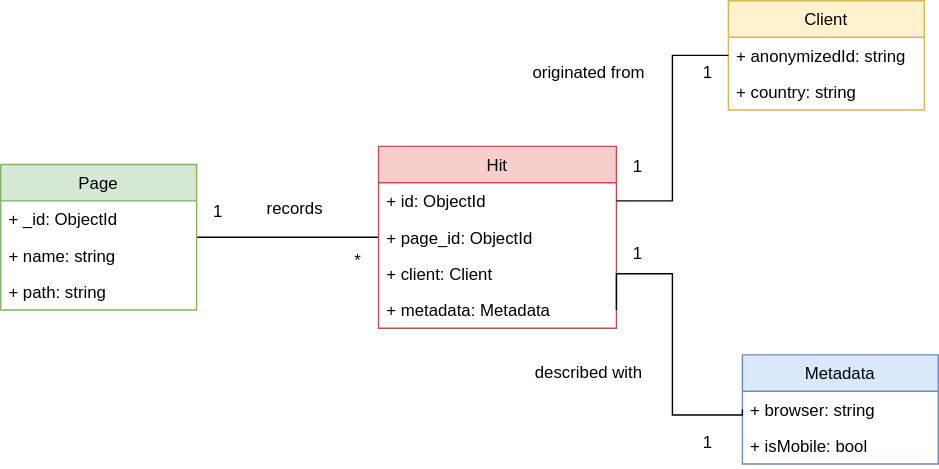
Above: src/data-model.drawio.svg in nolytics/mongo (draw.io), before the change. Source tidied: cells renumbered, new cells last; positions are measured from the earlier drawing's top-left corner, leaving out a move shared by most shapes.
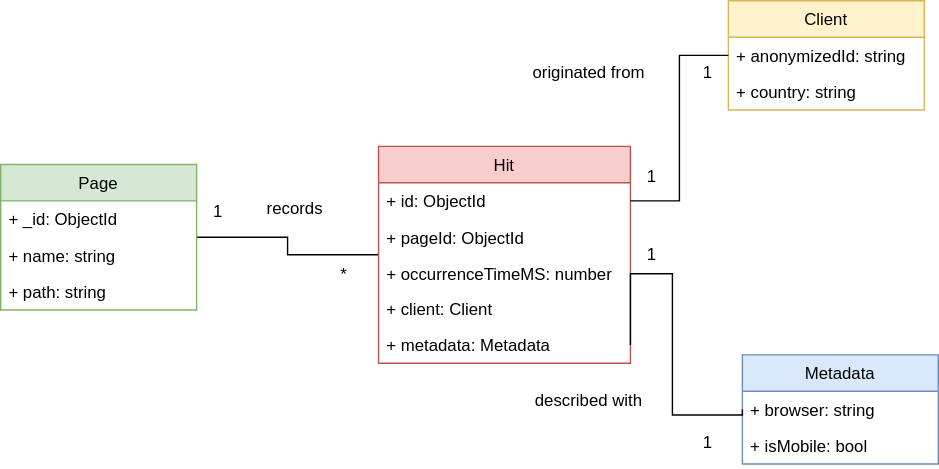
After the change.

Commit message:
include occurrenceTimeMS field in hit model

Diff of the diagram source:
```diff
@@ -18,19 +18,22 @@
       <mxGeometry y="78" width="140" height="26" as="geometry" />
     </mxCell>
     <mxCell id="7" value="Hit" style="swimlane;fontStyle=0;horizontal=1;startSize=26;fillColor=#f8cecc;strokeColor=#b85450;" parent="1" vertex="1">
-      <mxGeometry x="270" y="104" width="170" height="130" as="geometry" />
+      <mxGeometry x="270" y="104" width="180" height="155" as="geometry" />
     </mxCell>
     <mxCell id="8" value="+ id: ObjectId" style="text;strokeColor=none;fillColor=none;align=left;verticalAlign=top;spacingLeft=4;spacingRight=4;overflow=hidden;points=[[0,0.5],[1,0.5]];portConstraint=eastwest;" parent="7" vertex="1">
-      <mxGeometry y="26" width="170" height="26" as="geometry" />
+      <mxGeometry y="26" width="180" height="26" as="geometry" />
     </mxCell>
-    <mxCell id="9" value="+ page_id: ObjectId" style="text;strokeColor=none;fillColor=none;align=left;verticalAlign=top;spacingLeft=4;spacingRight=4;overflow=hidden;" parent="7" vertex="1">
-      <mxGeometry y="52" width="170" height="26" as="geometry" />
+    <mxCell id="9" value="+ pageId: ObjectId" style="text;strokeColor=none;fillColor=none;align=left;verticalAlign=top;spacingLeft=4;spacingRight=4;overflow=hidden;" parent="7" vertex="1">
+      <mxGeometry y="52" width="180" height="26" as="geometry" />
     </mxCell>
+    <mxCell id="29" value="+ occurrenceTimeMS: number" style="text;strokeColor=none;fillColor=none;align=left;verticalAlign=top;spacingLeft=4;spacingRight=4;overflow=hidden;" parent="7" vertex="1">
+      <mxGeometry y="78" width="180" height="25" as="geometry" />
+    </mxCell>
     <mxCell id="10" value="+ client: Client" style="text;strokeColor=none;fillColor=none;align=left;verticalAlign=top;spacingLeft=4;spacingRight=4;overflow=hidden;" parent="7" vertex="1">
-      <mxGeometry y="78" width="170" height="26" as="geometry" />
+      <mxGeometry y="103" width="180" height="26" as="geometry" />
     </mxCell>
     <mxCell id="11" value="+ metadata: Metadata" style="text;strokeColor=none;fillColor=none;align=left;verticalAlign=top;spacingLeft=4;spacingRight=4;overflow=hidden;points=[[0,0.5],[1,0.5]];portConstraint=eastwest;" parent="7" vertex="1">
-      <mxGeometry y="104" width="170" height="26" as="geometry" />
+      <mxGeometry y="129" width="180" height="26" as="geometry" />
     </mxCell>
     <mxCell id="12" value="Metadata" style="swimlane;fontStyle=0;horizontal=1;startSize=26;fillColor=#dae8fc;strokeColor=#6c8ebf;" parent="1" vertex="1">
       <mxGeometry x="530" y="253" width="140" height="78" as="geometry" />
@@ -54,7 +57,7 @@
       <mxGeometry x="140" y="136" width="30" height="30" as="geometry" />
     </mxCell>
     <mxCell id="19" value="*" style="text;html=1;align=center;verticalAlign=middle;strokeColor=none;fillColor=none;" parent="1" vertex="1">
-      <mxGeometry x="240" y="171" width="30" height="30" as="geometry" />
+      <mxGeometry x="230" y="181" width="30" height="30" as="geometry" />
     </mxCell>
     <mxCell id="20" style="edgeStyle=orthogonalEdgeStyle;rounded=0;jettySize=auto;html=1;entryX=0;entryY=0.5;entryDx=0;entryDy=0;endArrow=none;endFill=0;" parent="1" edge="1" source="8" target="16">
       <mxGeometry relative="1" as="geometry" />
@@ -68,13 +71,13 @@
       </mxGeometry>
     </mxCell>
     <mxCell id="22" value="1" style="text;html=1;align=center;verticalAlign=middle;strokeColor=none;fillColor=none;" parent="1" vertex="1">
-      <mxGeometry x="440" y="166" width="30" height="30" as="geometry" />
+      <mxGeometry x="450" y="166.5" width="30" height="30" as="geometry" />
     </mxCell>
     <mxCell id="23" value="1" style="text;html=1;align=center;verticalAlign=middle;strokeColor=none;fillColor=none;" parent="1" vertex="1">
       <mxGeometry x="490" y="301" width="30" height="30" as="geometry" />
     </mxCell>
     <mxCell id="24" value="1" style="text;html=1;align=center;verticalAlign=middle;strokeColor=none;fillColor=none;" parent="1" vertex="1">
-      <mxGeometry x="440" y="104" width="30" height="30" as="geometry" />
+      <mxGeometry x="450" y="111" width="30" height="30" as="geometry" />
     </mxCell>
     <mxCell id="25" value="1" style="text;html=1;align=center;verticalAlign=middle;strokeColor=none;fillColor=none;" parent="1" vertex="1">
       <mxGeometry x="490" y="37" width="30" height="30" as="geometry" />
@@ -86,7 +89,7 @@
       <mxGeometry x="370" y="37" width="100" height="30" as="geometry" />
     </mxCell>
     <mxCell id="28" value="described with" style="text;html=1;align=center;verticalAlign=middle;strokeColor=none;fillColor=none;" parent="1" vertex="1">
-      <mxGeometry x="370" y="251" width="100" height="30" as="geometry" />
+      <mxGeometry x="370" y="271" width="100" height="30" as="geometry" />
     </mxCell>
   </root>
 </mxGraphModel>
```
